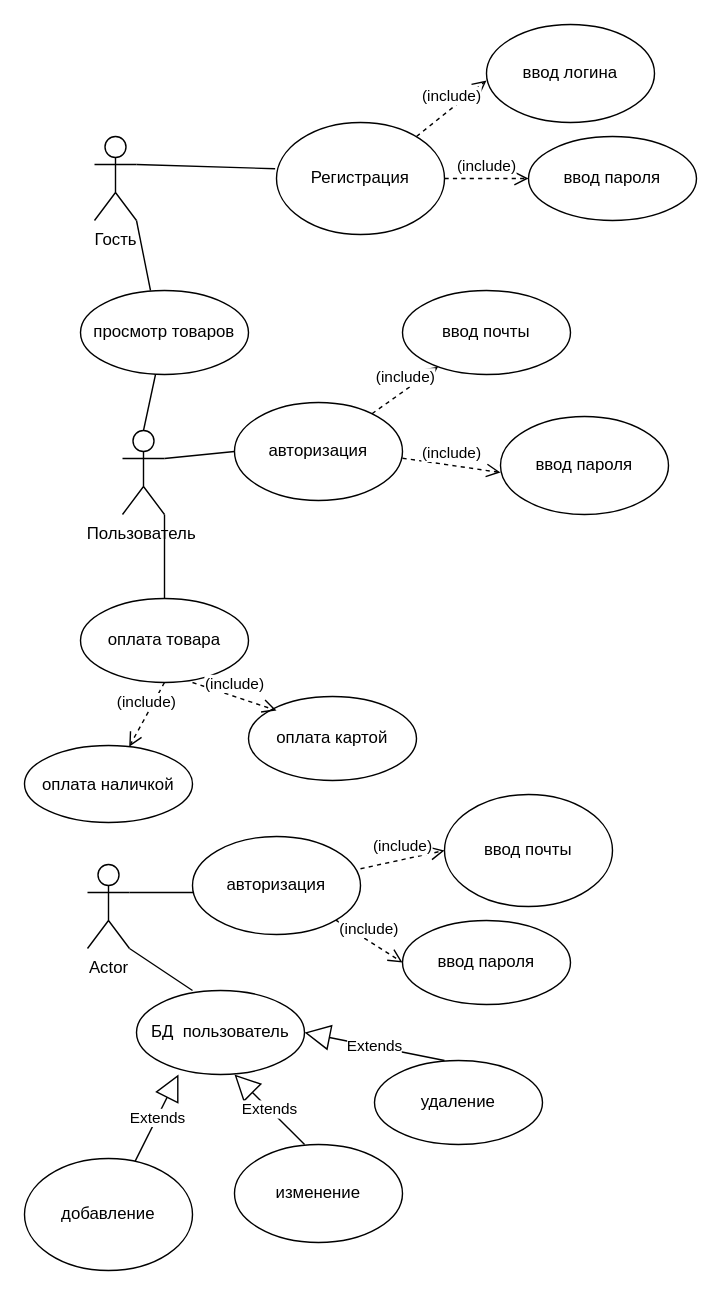
Above: Untitled Diagram.drawio in danil1nanatolyi/zadaza-3 (draw.io), before the change. Source tidied: cells renumbered, new cells numbered last; positions are measured from the earlier drawing's top-left corner, leaving out a move shared by most shapes. Both pictures are drawn from the tidied source at 140%, with x=0, y=0 at pixel (24, 24).
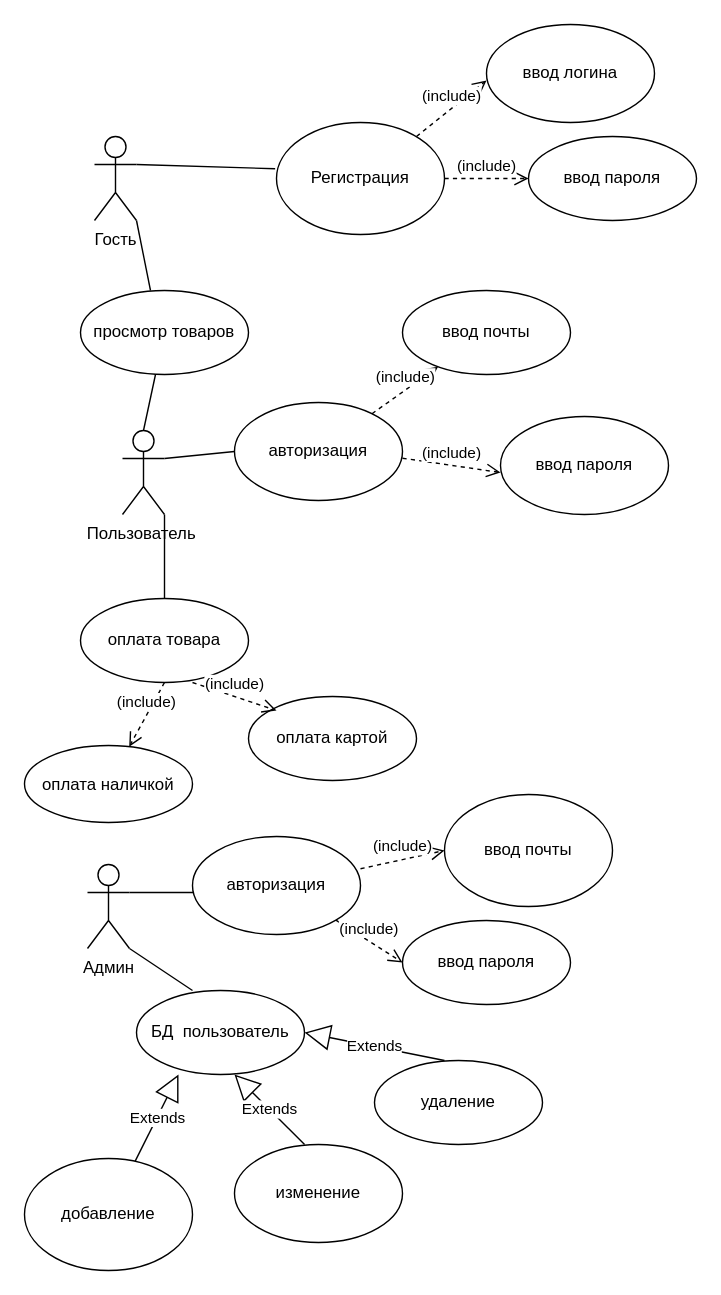
The same diagram, later.

The edit, as a diff of the source:
```diff
@@
-    <mxCell id="4" value="Actor" style="shape=umlActor;verticalLabelPosition=bottom;verticalAlign=top;html=1;" parent="1" vertex="1">
+    <mxCell id="4" value="Админ" style="shape=umlActor;verticalLabelPosition=bottom;verticalAlign=top;html=1;" parent="1" vertex="1">
       <mxGeometry x="45" y="600" width="30" height="60" as="geometry" />
     </mxCell>
```
